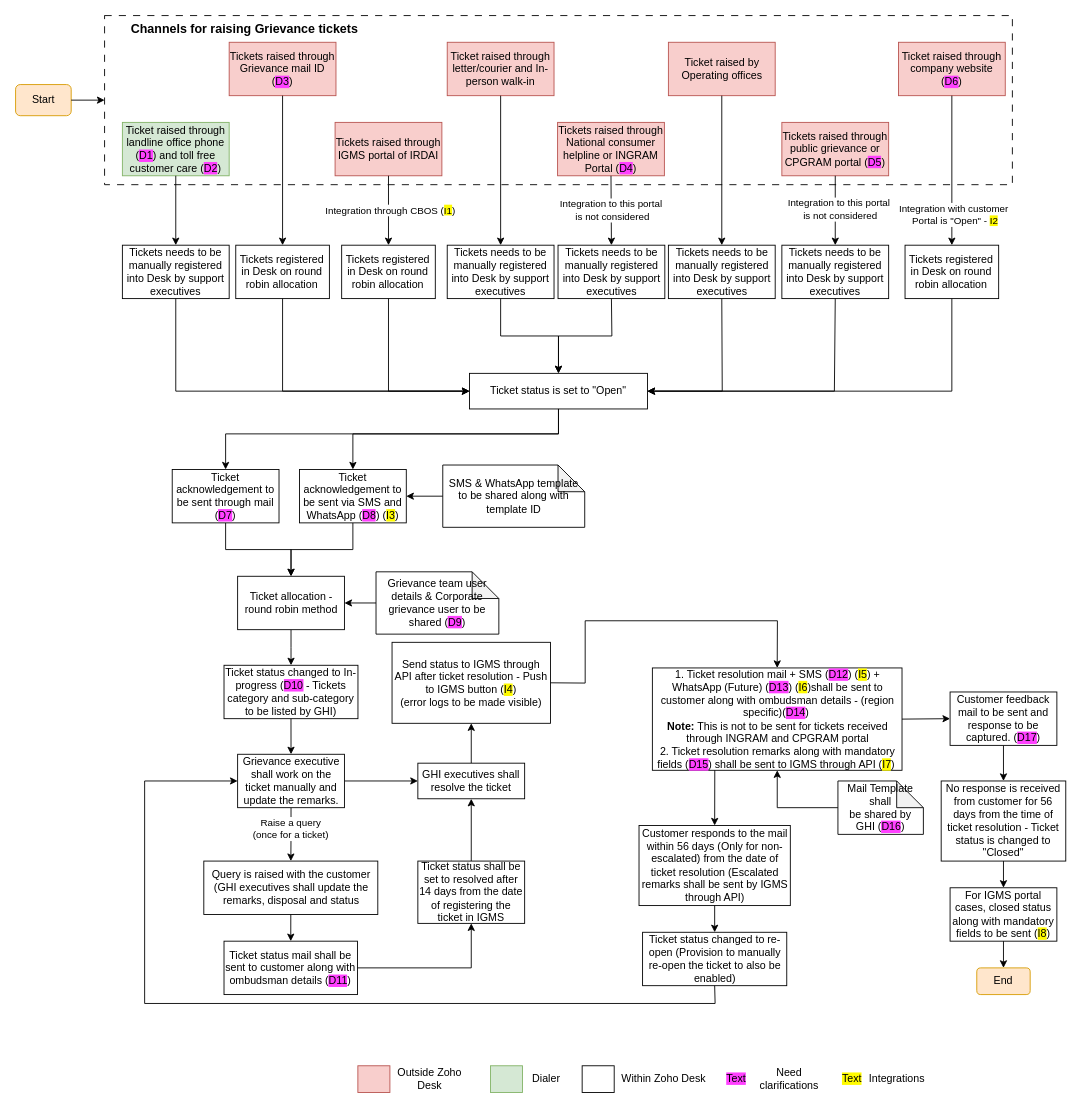
Above: Grievance management.drawio in shaileshsreedar/Galaxy (draw.io), before the change. Source tidied: cells renumbered, new cells numbered last; positions are measured from the earlier drawing's top-left corner, leaving out a move shared by most shapes. Both pictures are drawn from the tidied source at 89%, with x=0, y=0 at pixel (15, 15).
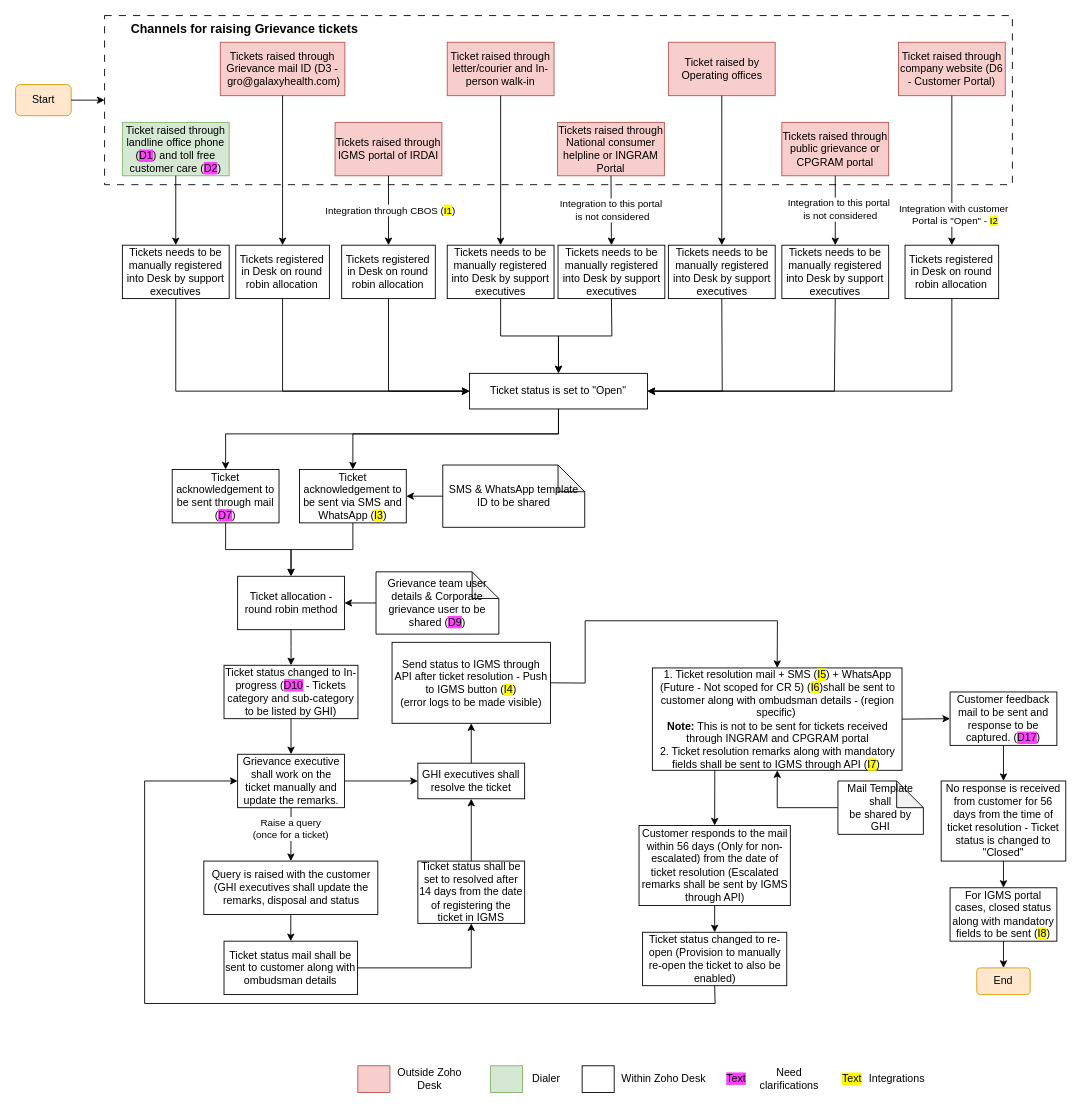
Above is the later version.

What changed in the source:
```diff
@@
-    <mxCell id="11" value="Tickets raised through Grievance mail ID (&lt;span style=&quot;background-color: rgb(255, 64, 255);&quot;&gt;D3&lt;/span&gt;)" style="rounded=0;whiteSpace=wrap;html=1;fillColor=#f8cecc;strokeColor=#b85450;" parent="1" vertex="1">
-      <mxGeometry x="240" y="30" width="120" height="60" as="geometry" />
+    <mxCell id="11" value="Tickets raised through Grievance mail ID (D3 -&amp;nbsp;&lt;span&gt;gro@galaxyhealth.com&lt;/span&gt;)" style="rounded=0;whiteSpace=wrap;html=1;fillColor=#f8cecc;strokeColor=#b85450;" parent="1" vertex="1">
+      <mxGeometry x="230" y="30" width="140" height="60" as="geometry" />
     </mxCell>
-    <mxCell id="12" value="Ticket raised through company website (&lt;span style=&quot;background-color: rgb(255, 64, 255);&quot;&gt;D6&lt;/span&gt;)" style="rounded=0;whiteSpace=wrap;html=1;fillColor=#f8cecc;strokeColor=#b85450;" parent="1" vertex="1">
+    <mxCell id="12" value="Ticket raised through company website (&lt;span&gt;D6 - Customer Portal&lt;/span&gt;)" style="rounded=0;whiteSpace=wrap;html=1;fillColor=#f8cecc;strokeColor=#b85450;" parent="1" vertex="1">
       <mxGeometry x="992" y="30" width="120" height="60" as="geometry" />
     </mxCell>
@@
-    <mxCell id="16" value="Tickets raised through National consumer helpline or INGRAM Portal (&lt;span style=&quot;background-color: rgb(255, 64, 255);&quot;&gt;D4&lt;/span&gt;)" style="rounded=0;whiteSpace=wrap;html=1;fillColor=#f8cecc;strokeColor=#b85450;" parent="1" vertex="1">
+    <mxCell id="16" value="Tickets raised through National consumer helpline or INGRAM Portal" style="rounded=0;whiteSpace=wrap;html=1;fillColor=#f8cecc;strokeColor=#b85450;" parent="1" vertex="1">
       <mxGeometry x="609" y="120" width="120" height="60" as="geometry" />
     </mxCell>
-    <mxCell id="17" value="Tickets raised through public grievance or CPGRAM portal (&lt;span style=&quot;background-color: rgb(255, 64, 255);&quot;&gt;D5&lt;/span&gt;)" style="rounded=0;whiteSpace=wrap;html=1;fillColor=#f8cecc;strokeColor=#b85450;" parent="1" vertex="1">
+    <mxCell id="17" value="Tickets raised through public grievance or CPGRAM portal" style="rounded=0;whiteSpace=wrap;html=1;fillColor=#f8cecc;strokeColor=#b85450;" parent="1" vertex="1">
       <mxGeometry x="861" y="120" width="120" height="60" as="geometry" />
     </mxCell>
@@
-    <mxCell id="51" value="Ticket acknowledgement to be sent via SMS and WhatsApp (&lt;span style=&quot;background-color: rgb(255, 64, 255);&quot;&gt;D8&lt;/span&gt;) (&lt;span style=&quot;background-color: rgb(255, 251, 0);&quot;&gt;I3&lt;/span&gt;)" style="rounded=0;whiteSpace=wrap;html=1;" parent="1" vertex="1">
+    <mxCell id="51" value="Ticket acknowledgement to be sent via SMS and WhatsApp (&lt;span style=&quot;background-color: rgb(255, 251, 0);&quot;&gt;I3&lt;/span&gt;)" style="rounded=0;whiteSpace=wrap;html=1;" parent="1" vertex="1">
       <mxGeometry x="319" y="510" width="120" height="60" as="geometry" />
     </mxCell>
-    <mxCell id="52" value="SMS &amp;amp; WhatsApp template to be shared along with template ID" style="shape=note;whiteSpace=wrap;html=1;backgroundOutline=1;darkOpacity=0.05;" parent="1" vertex="1">
+    <mxCell id="52" value="SMS &amp;amp; WhatsApp template ID to be shared" style="shape=note;whiteSpace=wrap;html=1;backgroundOutline=1;darkOpacity=0.05;" parent="1" vertex="1">
       <mxGeometry x="480" y="505" width="159.5" height="70" as="geometry" />
     </mxCell>
@@
-    <mxCell id="67" value="1. Ticket resolution mail + SMS (&lt;span style=&quot;background-color: rgb(255, 64, 255);&quot;&gt;D12&lt;/span&gt;) (&lt;span style=&quot;background-color: rgb(255, 251, 0);&quot;&gt;I5&lt;/span&gt;) + WhatsApp (Future) (&lt;span style=&quot;background-color: rgb(255, 64, 255);&quot;&gt;D13&lt;/span&gt;) (&lt;span style=&quot;background-color: rgb(255, 251, 0);&quot;&gt;I6&lt;/span&gt;)shall be sent to customer along with ombudsman details - (region specific)(&lt;span style=&quot;background-color: rgb(255, 64, 255);&quot;&gt;D14&lt;/span&gt;)&amp;nbsp;&lt;div&gt;&lt;b&gt;Note:&lt;/b&gt; This is not to be sent for tickets received through INGRAM and CPGRAM portal&lt;br&gt;&lt;div&gt;2. Ticket resolution remarks along with mandatory fields (&lt;span style=&quot;background-color: rgb(255, 64, 255);&quot;&gt;D15&lt;/span&gt;) shall be sent to IGMS through API (&lt;span style=&quot;background-color: rgb(255, 251, 0);&quot;&gt;I7&lt;/span&gt;)&amp;nbsp;&lt;br&gt;&lt;/div&gt;&lt;/div&gt;" style="rounded=0;whiteSpace=wrap;html=1;" parent="1" vertex="1">
+    <mxCell id="67" value="1. Ticket resolution mail + SMS (&lt;span style=&quot;background-color: rgb(255, 251, 0);&quot;&gt;I5&lt;/span&gt;) + WhatsApp (Future - Not scoped for CR 5) (&lt;span style=&quot;background-color: rgb(255, 251, 0);&quot;&gt;I6&lt;/span&gt;)shall be sent to customer along with ombudsman details - (region specific)&amp;nbsp;&lt;div&gt;&lt;b&gt;Note:&lt;/b&gt; This is not to be sent for tickets received through INGRAM and CPGRAM portal&lt;br&gt;&lt;div&gt;2. Ticket resolution remarks along with mandatory fields shall be sent to IGMS through API (&lt;span style=&quot;background-color: rgb(255, 251, 0);&quot;&gt;I7&lt;/span&gt;)&amp;nbsp;&lt;br&gt;&lt;/div&gt;&lt;/div&gt;" style="rounded=0;whiteSpace=wrap;html=1;" parent="1" vertex="1">
       <mxGeometry x="715.5" y="733" width="280.5" height="115" as="geometry" />
     </mxCell>
@@
-    <mxCell id="69" value="Mail Template shall&lt;div&gt;be shared by GHI (&lt;span style=&quot;background-color: rgb(255, 64, 255);&quot;&gt;D16&lt;/span&gt;)&lt;/div&gt;" style="shape=note;whiteSpace=wrap;html=1;backgroundOutline=1;darkOpacity=0.05;" parent="1" vertex="1">
+    <mxCell id="69" value="Mail Template shall&lt;div&gt;be shared by GHI&lt;/div&gt;" style="shape=note;whiteSpace=wrap;html=1;backgroundOutline=1;darkOpacity=0.05;" parent="1" vertex="1">
       <mxGeometry x="924" y="860" width="96" height="60" as="geometry" />
     </mxCell>
@@
-    <mxCell id="71" value="Ticket status mail shall be sent to customer along with ombudsman details (&lt;span style=&quot;background-color: rgb(255, 64, 255);&quot;&gt;D11&lt;/span&gt;)" style="rounded=0;whiteSpace=wrap;html=1;" parent="1" vertex="1">
+    <mxCell id="71" value="Ticket status mail shall be sent to customer along with ombudsman details" style="rounded=0;whiteSpace=wrap;html=1;" parent="1" vertex="1">
       <mxGeometry x="234.2" y="1040" width="150" height="60" as="geometry" />
     </mxCell>
```
